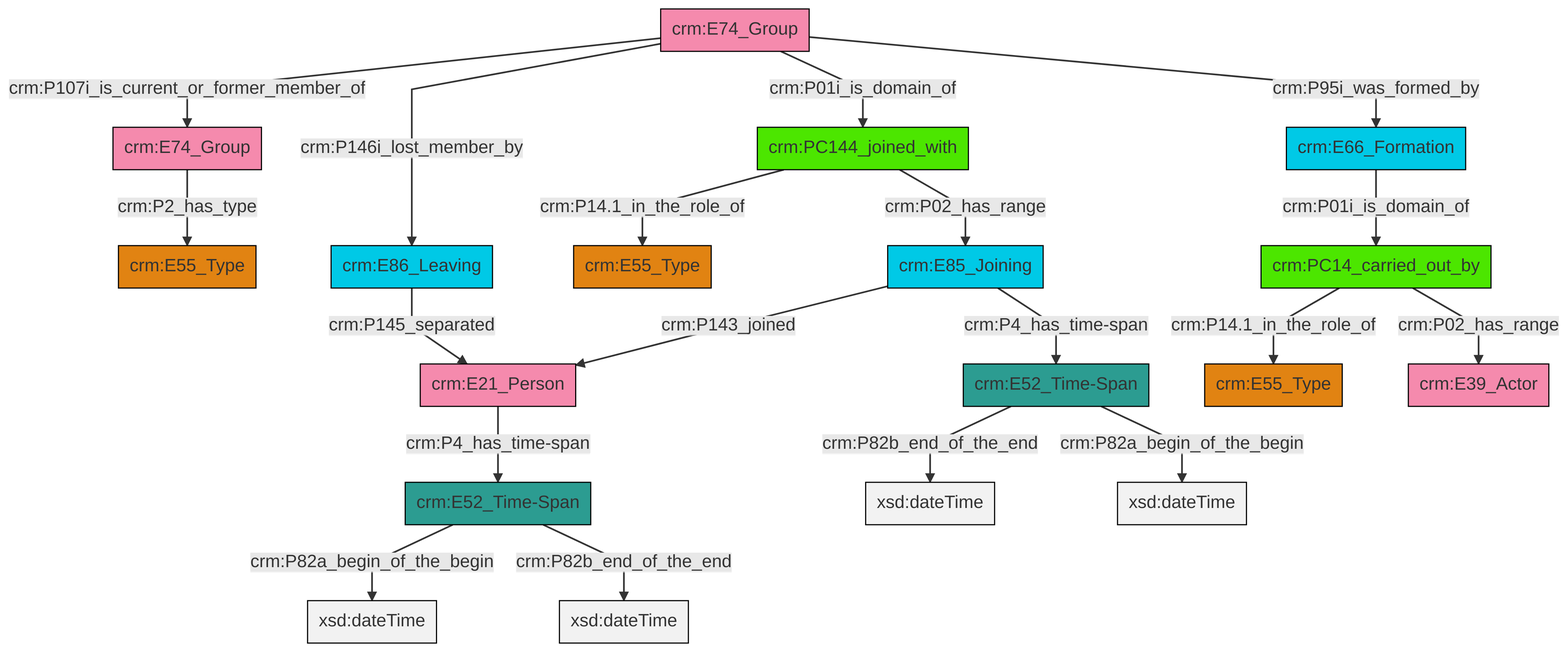
This is et/groupCSV/ttl/mmd/png/group_actor_relations.png from swiss-art-research-net/docs.swissartresearch, a Mermaid export, as it was before one commit. Its source is kept beside it as et/groupCSV/ttl/mmd/group_actor_relations.ttl.mmd.
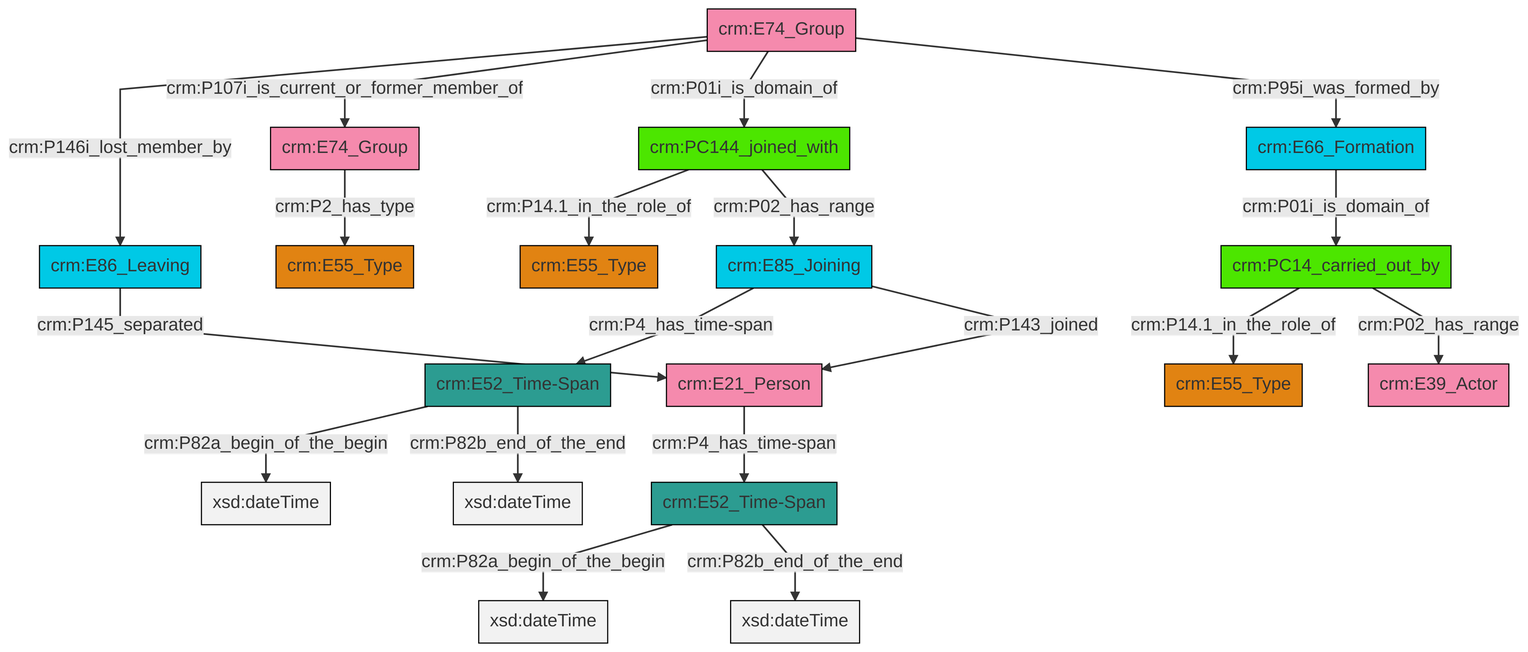
Later version of the same file.

The edit, as a diff of the source:
```diff
@@ -13,21 +13,21 @@
 classDef PC_Classes fill:#4ce600, stroke:#000000;
 classDef Multi fill:#cccccc,stroke:#000000;
 
-6["crm:E74_Group"]:::Actor -->|crm:P95i_was_formed_by| 7["crm:E66_Formation"]:::Temporal_Entity
-10["crm:E21_Person"]:::Actor -->|crm:P4_has_time-span| 0["crm:E52_Time-Span"]:::Time-Span
-12["crm:PC144_joined_with"]:::PC_Classes -->|crm:P14.1_in_the_role_of| 14["crm:E55_Type"]:::Type
-4["crm:E74_Group"]:::Actor -->|crm:P2_has_type| 2["crm:E55_Type"]:::Type
-0["crm:E52_Time-Span"]:::Time-Span -->|crm:P82a_begin_of_the_begin| 20[xsd:dateTime]:::Literal
-6["crm:E74_Group"]:::Actor -->|crm:P01i_is_domain_of| 12["crm:PC144_joined_with"]:::PC_Classes
-12["crm:PC144_joined_with"]:::PC_Classes -->|crm:P02_has_range| 21["crm:E85_Joining"]:::Temporal_Entity
-21["crm:E85_Joining"]:::Temporal_Entity -->|crm:P143_joined| 10["crm:E21_Person"]:::Actor
-7["crm:E66_Formation"]:::Temporal_Entity -->|crm:P01i_is_domain_of| 8["crm:PC14_carried_out_by"]:::PC_Classes
-18["crm:E86_Leaving"]:::Temporal_Entity -->|crm:P145_separated| 10["crm:E21_Person"]:::Actor
-0["crm:E52_Time-Span"]:::Time-Span -->|crm:P82b_end_of_the_end| 22[xsd:dateTime]:::Literal
-6["crm:E74_Group"]:::Actor -->|crm:P107i_is_current_or_former_member_of| 4["crm:E74_Group"]:::Actor
-15["crm:E52_Time-Span"]:::Time-Span -->|crm:P82b_end_of_the_end| 24[xsd:dateTime]:::Literal
-8["crm:PC14_carried_out_by"]:::PC_Classes -->|crm:P14.1_in_the_role_of| 25["crm:E55_Type"]:::Type
-6["crm:E74_Group"]:::Actor -->|crm:P146i_lost_member_by| 18["crm:E86_Leaving"]:::Temporal_Entity
-15["crm:E52_Time-Span"]:::Time-Span -->|crm:P82a_begin_of_the_begin| 33[xsd:dateTime]:::Literal
-8["crm:PC14_carried_out_by"]:::PC_Classes -->|crm:P02_has_range| 27["crm:E39_Actor"]:::Actor
-21["crm:E85_Joining"]:::Temporal_Entity -->|crm:P4_has_time-span| 15["crm:E52_Time-Span"]:::Time-Span
+4["crm:E74_Group"]:::Actor -->|crm:P2_has_type| 5["crm:E55_Type"]:::Type
+0["crm:E85_Joining"]:::Temporal_Entity -->|crm:P4_has_time-span| 8["crm:E52_Time-Span"]:::Time-Span
+10["crm:E66_Formation"]:::Temporal_Entity -->|crm:P01i_is_domain_of| 11["crm:PC14_carried_out_by"]:::PC_Classes
+14["crm:E21_Person"]:::Actor -->|crm:P4_has_time-span| 15["crm:E52_Time-Span"]:::Time-Span
+16["crm:E74_Group"]:::Actor -->|crm:P146i_lost_member_by| 17["crm:E86_Leaving"]:::Temporal_Entity
+12["crm:PC144_joined_with"]:::PC_Classes -->|crm:P14.1_in_the_role_of| 2["crm:E55_Type"]:::Type
+15["crm:E52_Time-Span"]:::Time-Span -->|crm:P82a_begin_of_the_begin| 22[xsd:dateTime]:::Literal
+12["crm:PC144_joined_with"]:::PC_Classes -->|crm:P02_has_range| 0["crm:E85_Joining"]:::Temporal_Entity
+16["crm:E74_Group"]:::Actor -->|crm:P107i_is_current_or_former_member_of| 4["crm:E74_Group"]:::Actor
+8["crm:E52_Time-Span"]:::Time-Span -->|crm:P82a_begin_of_the_begin| 23[xsd:dateTime]:::Literal
+16["crm:E74_Group"]:::Actor -->|crm:P01i_is_domain_of| 12["crm:PC144_joined_with"]:::PC_Classes
+16["crm:E74_Group"]:::Actor -->|crm:P95i_was_formed_by| 10["crm:E66_Formation"]:::Temporal_Entity
+0["crm:E85_Joining"]:::Temporal_Entity -->|crm:P143_joined| 14["crm:E21_Person"]:::Actor
+15["crm:E52_Time-Span"]:::Time-Span -->|crm:P82b_end_of_the_end| 25[xsd:dateTime]:::Literal
+11["crm:PC14_carried_out_by"]:::PC_Classes -->|crm:P14.1_in_the_role_of| 18["crm:E55_Type"]:::Type
+17["crm:E86_Leaving"]:::Temporal_Entity -->|crm:P145_separated| 14["crm:E21_Person"]:::Actor
+8["crm:E52_Time-Span"]:::Time-Span -->|crm:P82b_end_of_the_end| 31[xsd:dateTime]:::Literal
+11["crm:PC14_carried_out_by"]:::PC_Classes -->|crm:P02_has_range| 6["crm:E39_Actor"]:::Actor
```
